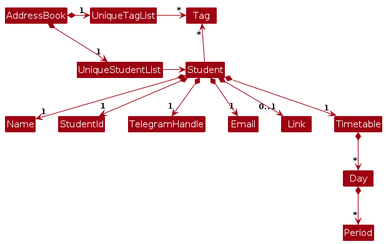
Above: diagrams/BetterModelClassDiagram.png in AY2324S2-CS2103-T14-1/tp (PlantUML), before the change. Its source is kept beside it as diagrams/BetterModelClassDiagram.puml.
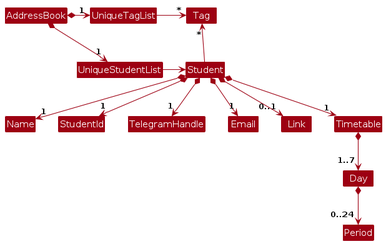
Above is the later version.

The edit, as a diff of the source:
```diff
@@ -20,6 +20,6 @@
 Student *--> "1" Email
 Student *--> "0..1" Link
 Student *--> "1" Timetable
-Timetable *--> "*" Day
-Day *--> "*" Period
+Timetable *--> "1..7" Day
+Day *--> "0..24" Period
 @enduml
```
